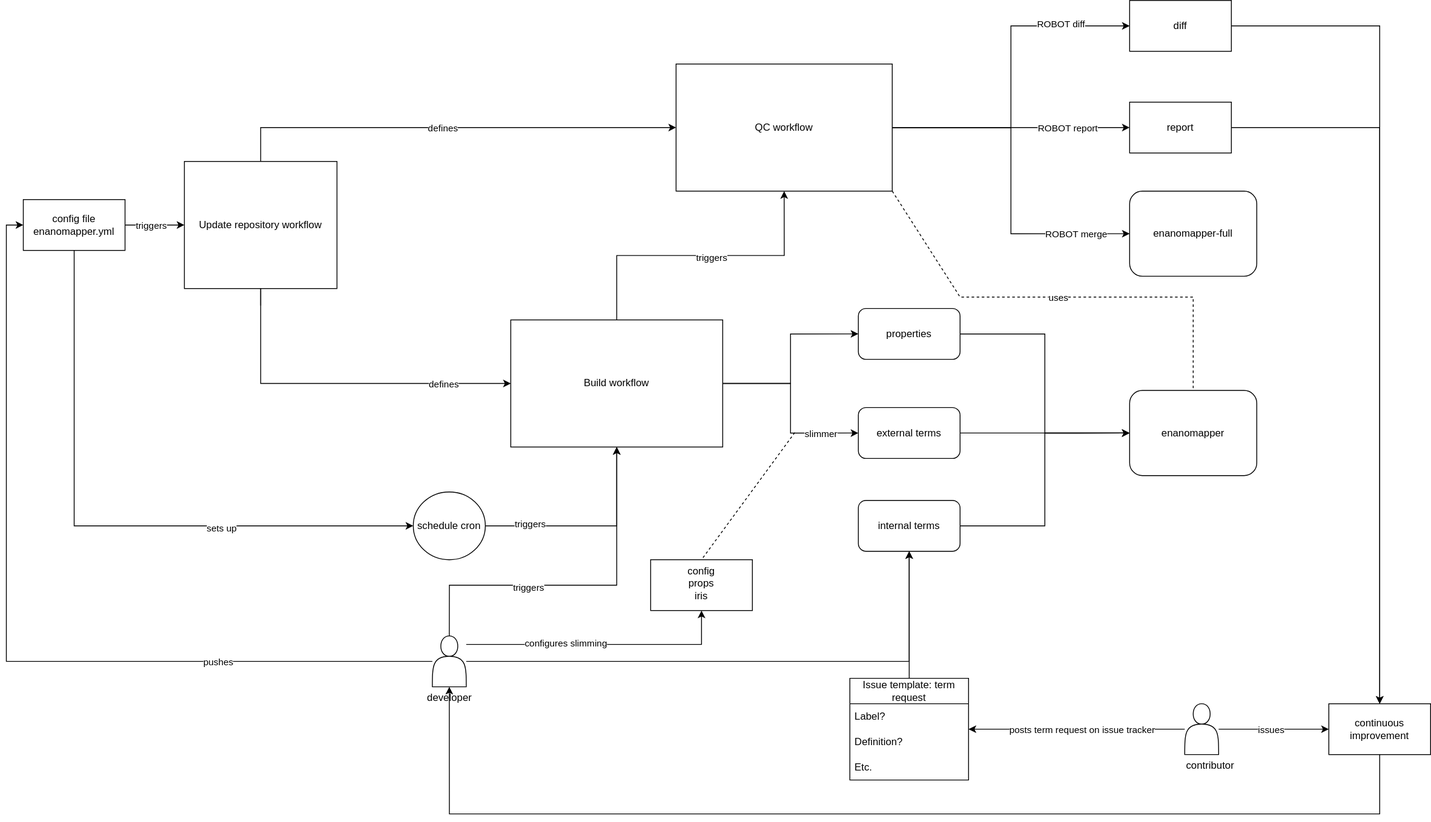
enanomapper/ontologies keeps this draw.io diagram as Copy of wf.svg. Above is the earlier version. Source tidied: cells renumbered, new cells last; positions are measured from the earlier drawing's top-left corner, leaving out a move shared by most shapes.
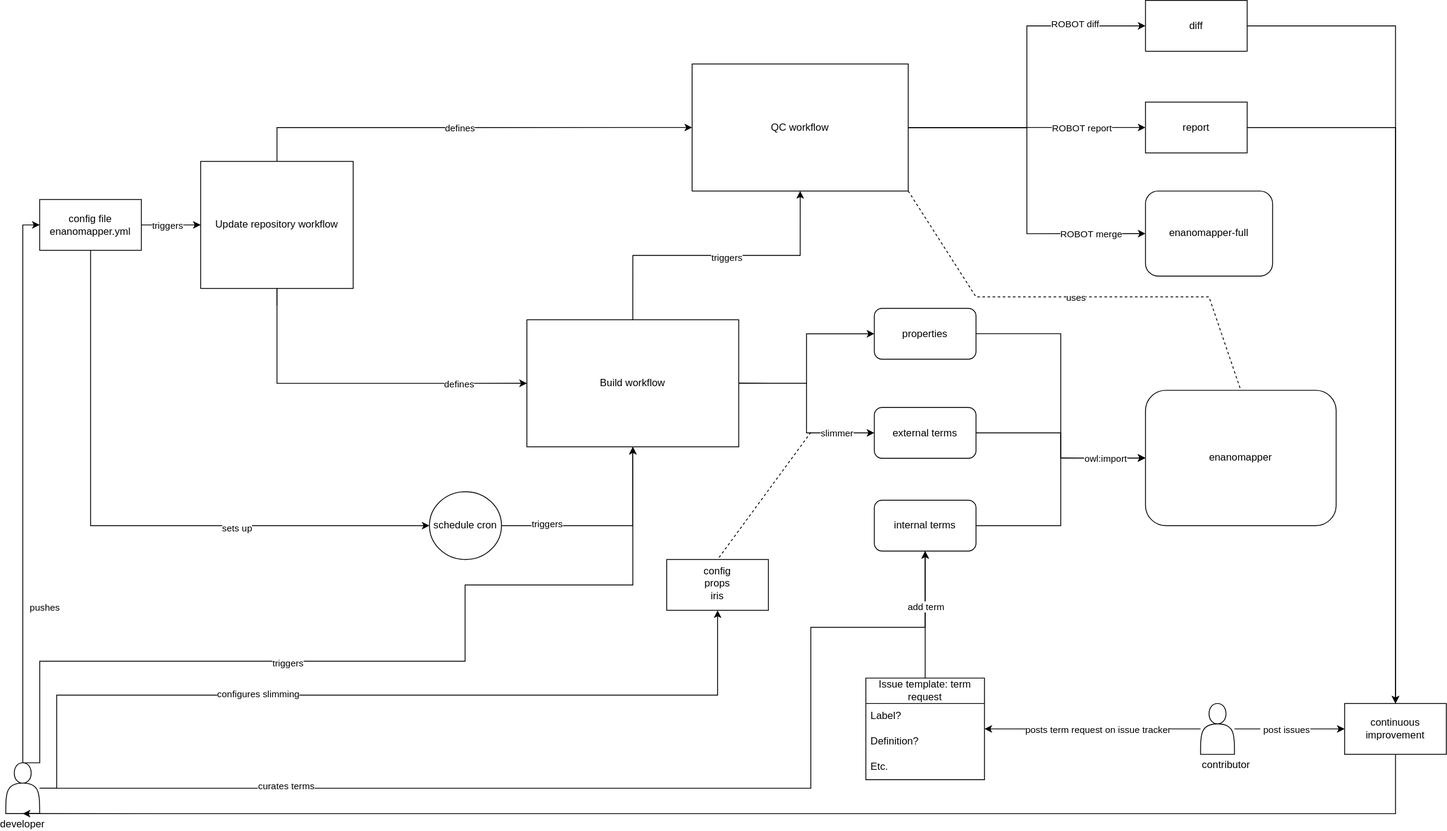
After the commit.

Diff of the diagram source:
```diff
@@ -142,11 +142,16 @@
     <mxCell id="38" style="edgeStyle=orthogonalEdgeStyle;rounded=0;jettySize=auto;html=1;entryX=0;entryY=0.5;entryDx=0;entryDy=0;" parent="1" edge="1" source="39" target="40">
       <mxGeometry relative="1" as="geometry" />
     </mxCell>
+    <mxCell id="64" value="owl:import" style="edgeLabel;html=1;align=center;verticalAlign=middle;" parent="38" vertex="1">
+      <mxGeometry x="0.53" relative="1" as="geometry">
+        <mxPoint x="18" as="offset" />
+      </mxGeometry>
+    </mxCell>
     <mxCell id="39" value="internal terms" style="rounded=1;whiteSpace=wrap;html=1;" parent="1" vertex="1">
       <mxGeometry x="985" y="590" width="120" height="60" as="geometry" />
     </mxCell>
     <mxCell id="40" value="enanomapper" style="rounded=1;whiteSpace=wrap;html=1;" parent="1" vertex="1">
-      <mxGeometry x="1305" y="460.2" width="150" height="100.5" as="geometry" />
+      <mxGeometry x="1305" y="460.2" width="225" height="159.8" as="geometry" />
     </mxCell>
     <mxCell id="41" value="enanomapper-full" style="rounded=1;whiteSpace=wrap;html=1;" parent="1" vertex="1">
       <mxGeometry x="1305" y="225" width="150" height="100.5" as="geometry" />
@@ -160,11 +165,25 @@
       </mxGeometry>
     </mxCell>
     <mxCell id="44" style="edgeStyle=orthogonalEdgeStyle;rounded=0;sketch=0;jettySize=auto;html=1;entryX=0.5;entryY=1;entryDx=0;entryDy=0;strokeColor=default;" parent="1" edge="1" source="58" target="39">
-      <mxGeometry relative="1" as="geometry" />
+      <mxGeometry relative="1" as="geometry">
+        <Array as="points">
+          <mxPoint x="910" y="930" />
+          <mxPoint x="910" y="740" />
+          <mxPoint x="1045" y="740" />
+        </Array>
+      </mxGeometry>
     </mxCell>
+    <mxCell id="65" value="curates terms" style="edgeLabel;html=1;align=center;verticalAlign=middle;" parent="44" vertex="1">
+      <mxGeometry x="-0.56" y="3" relative="1" as="geometry">
+        <mxPoint x="-1" as="offset" />
+      </mxGeometry>
+    </mxCell>
     <mxCell id="45" style="edgeStyle=orthogonalEdgeStyle;rounded=0;sketch=0;jettySize=auto;html=1;entryX=0.5;entryY=1;entryDx=0;entryDy=0;strokeColor=default;exitX=0.5;exitY=0;exitDx=0;exitDy=0;" parent="1" edge="1" source="58" target="4">
       <mxGeometry relative="1" as="geometry">
         <Array as="points">
+          <mxPoint y="900" />
+          <mxPoint y="780" />
+          <mxPoint x="502" y="780" />
           <mxPoint x="502" y="690" />
           <mxPoint x="700" y="690" />
         </Array>
@@ -178,7 +197,9 @@
     <mxCell id="47" style="edgeStyle=orthogonalEdgeStyle;rounded=0;sketch=0;jettySize=auto;html=1;strokeColor=default;" parent="1" edge="1" source="58" target="56">
       <mxGeometry relative="1" as="geometry">
         <Array as="points">
-          <mxPoint x="800" y="760" />
+          <mxPoint x="20" y="930" />
+          <mxPoint x="20" y="820" />
+          <mxPoint x="800" y="820" />
         </Array>
       </mxGeometry>
     </mxCell>
@@ -188,6 +209,9 @@
     <mxCell id="49" style="edgeStyle=orthogonalEdgeStyle;rounded=0;jettySize=auto;html=1;entryX=0.5;entryY=1;entryDx=0;entryDy=0;" parent="1" edge="1" source="50" target="39">
       <mxGeometry relative="1" as="geometry" />
     </mxCell>
+    <mxCell id="66" value="add term" style="edgeLabel;html=1;align=center;verticalAlign=middle;" parent="49" vertex="1">
+      <mxGeometry x="0.13" relative="1" as="geometry" />
+    </mxCell>
     <mxCell id="50" value="Issue template: term request" style="swimlane;fontStyle=0;horizontal=1;startSize=30;whiteSpace=wrap;html=1;" parent="1" vertex="1">
       <mxGeometry x="975" y="800" width="140" height="120" as="geometry" />
     </mxCell>
@@ -222,12 +246,12 @@
       </mxGeometry>
     </mxCell>
     <mxCell id="58" value="&lt;div&gt;&lt;br&gt;&lt;/div&gt;&lt;div&gt;&lt;br&gt;&lt;/div&gt;&lt;div&gt;&lt;br&gt;&lt;/div&gt;&lt;div&gt;&lt;br&gt;&lt;/div&gt;&lt;div&gt;&lt;br&gt;&lt;/div&gt;&lt;div&gt;&lt;br&gt;&lt;/div&gt;&lt;div&gt;developer&lt;br&gt;&lt;/div&gt;" style="shape=actor;whiteSpace=wrap;html=1;" parent="1" vertex="1">
-      <mxGeometry x="482.5" y="750" width="40" height="60" as="geometry" />
+      <mxGeometry x="-40" y="900" width="40" height="60" as="geometry" />
     </mxCell>
     <mxCell id="59" style="edgeStyle=orthogonalEdgeStyle;rounded=0;sketch=0;jettySize=auto;html=1;entryX=0;entryY=0.5;entryDx=0;entryDy=0;strokeColor=default;" parent="1" edge="1" source="61" target="63">
       <mxGeometry relative="1" as="geometry" />
     </mxCell>
-    <mxCell id="60" value="issues" style="edgeLabel;html=1;align=center;verticalAlign=middle;" parent="59" vertex="1">
+    <mxCell id="60" value="&amp;nbsp;post issues" style="edgeLabel;html=1;align=center;verticalAlign=middle;" parent="59" vertex="1">
       <mxGeometry x="-0.31" y="-1" relative="1" as="geometry">
         <mxPoint x="15" y="-1" as="offset" />
       </mxGeometry>
```
